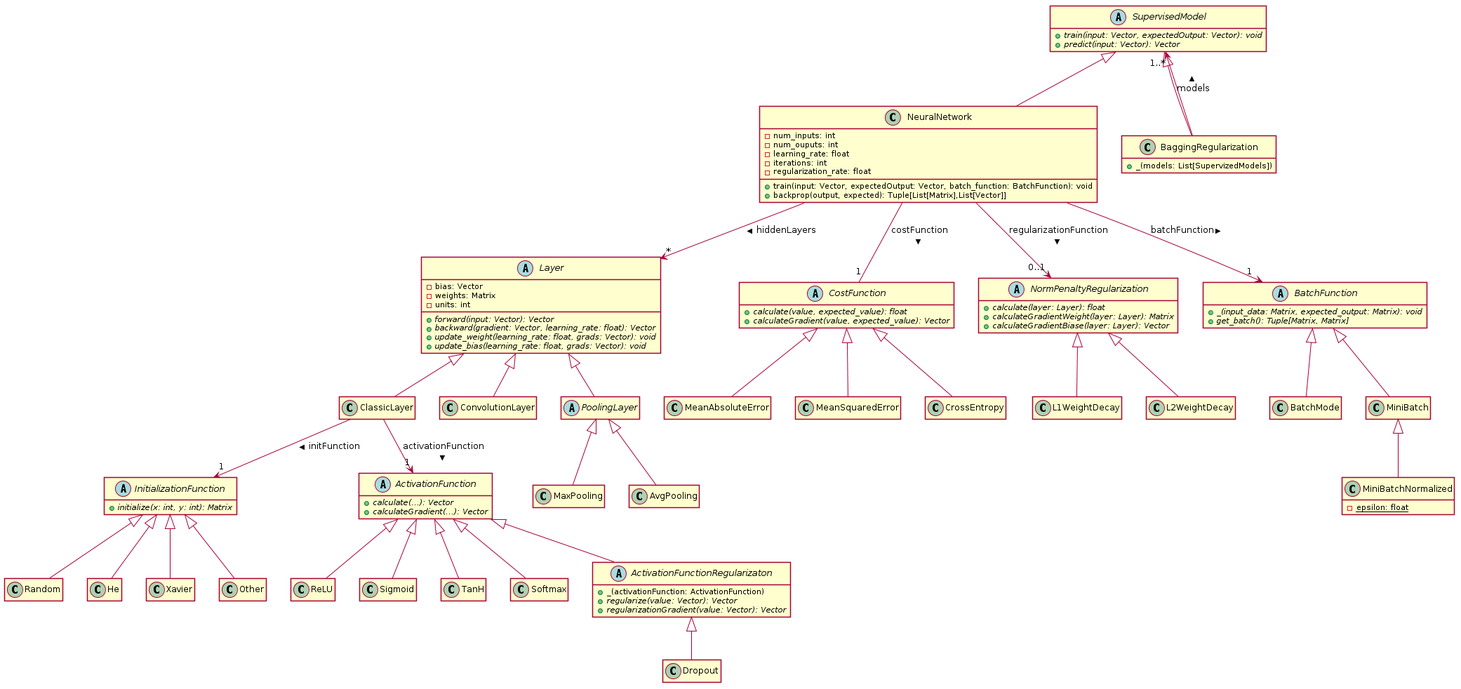
Earlier version of the PlantUML export model-diagram/model-diagram.png (DLOOF/Deep-Learning-Object-Oriented-Framework-Python).
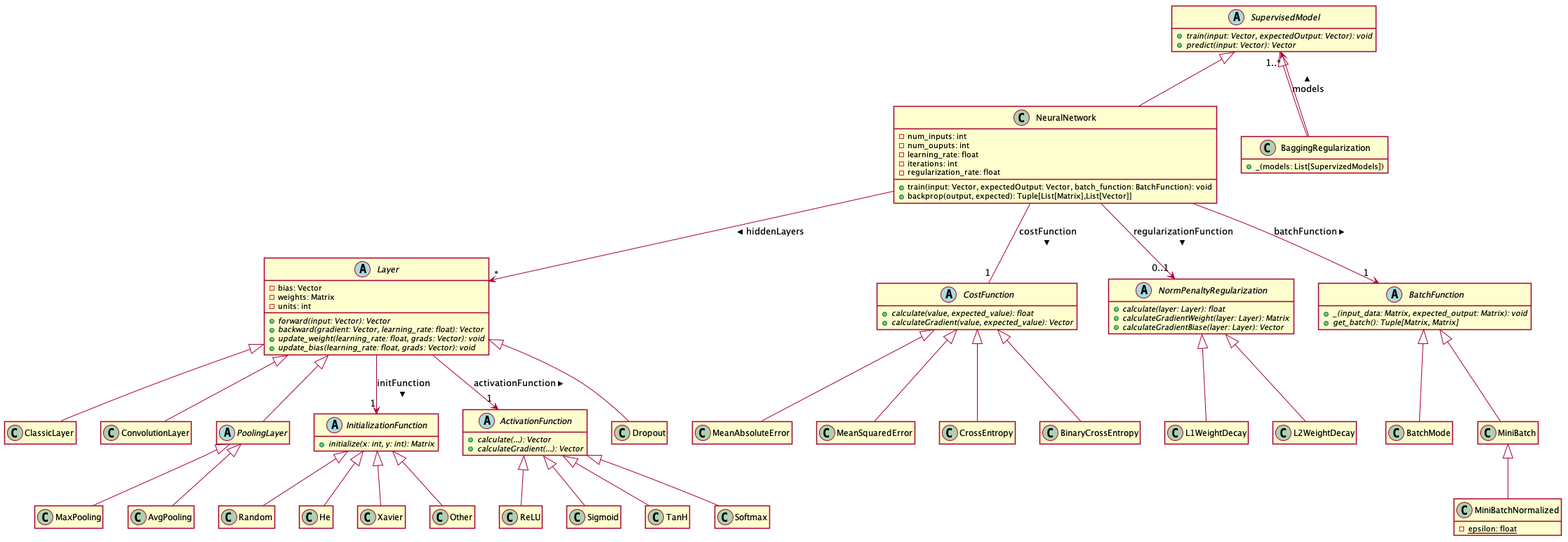
Above is the later version.

What changed in the source:
```diff
@@ -2,6 +2,70 @@
 !pragma teoz true
 skinparam shadowing false
 hide empty members
+
+
+SupervisedModel <|-- NeuralNetwork
+
+
+Layer <|-- ClassicLayer
+Layer <|-- ConvolutionLayer
+Layer <|-- PoolingLayer
+
+PoolingLayer <|-- MaxPooling
+PoolingLayer <|-- AvgPooling
+
+
+
+Layer --> "1" InitializationFunction: initFunction >
+
+
+
+InitializationFunction <|-- Random
+InitializationFunction <|-- He
+InitializationFunction <|-- Xavier
+InitializationFunction <|-- Other
+
+
+
+NeuralNetwork -- "1" CostFunction : costFunction >
+NeuralNetwork --> "*" Layer : hiddenLayers >
+
+Layer --> "1" ActivationFunction : activationFunction >
+
+
+CostFunction <|-- MeanAbsoluteError
+CostFunction <|-- MeanSquaredError
+CostFunction <|-- CrossEntropy
+CostFunction <|-- BinaryCrossEntropy
+
+ActivationFunction <|-- ReLU
+ActivationFunction <|-- Sigmoid
+ActivationFunction <|-- TanH
+ActivationFunction <|-- Softmax
+
+
+Layer <|-- Dropout
+
+SupervisedModel <|-- BaggingRegularization
+BaggingRegularization --> "1..*" SupervisedModel : models >
+
+
+
+NeuralNetwork --> "0..1" NormPenaltyRegularization: regularizationFunction >
+
+
+
+NormPenaltyRegularization <|-- L1WeightDecay
+NormPenaltyRegularization <|-- L2WeightDecay
+
+
+
+NeuralNetwork --> "1" BatchFunction: batchFunction >
+
+BatchFunction <|-- BatchMode
+BatchFunction <|-- MiniBatch
+MiniBatch <|-- MiniBatchNormalized
+
 
 abstract class SupervisedModel {
       {abstract} + train(input: Vector, expectedOutput: Vector): void
@@ -19,7 +83,15 @@
       + backprop(output, expected): Tuple[List[Matrix],List[Vector]]
 }
 
-SupervisedModel <|-- NeuralNetwork
+abstract class CostFunction {
+      {abstract} + calculate(value, expected_value): float
+      {abstract} + calculateGradient(value, expected_value): Vector
+}
+
+class MeanAbsoluteError
+class MeanSquaredError
+class CrossEntropy
+class BinaryCrossEntropy
 
 abstract class Layer {
       - bias: Vector
@@ -34,77 +106,31 @@
 
 class ClassicLayer
 class ConvolutionLayer
+class Dropout
+
 abstract class PoolingLayer
-
-Layer <|-- ClassicLayer
-Layer <|-- ConvolutionLayer
-Layer <|-- PoolingLayer
-
 class MaxPooling
 class AvgPooling
 
-PoolingLayer <|-- MaxPooling
-PoolingLayer <|-- AvgPooling
+
+abstract class ActivationFunction {
+      {abstract} + calculate(...): Vector
+      {abstract} + calculateGradient(...): Vector
+}
 
 abstract class InitializationFunction {
 	 {abstract} + initialize(x: int, y: int): Matrix
 }
-
-ClassicLayer --> "1" InitializationFunction: initFunction >
 
 class Random
 class He
 class Xavier
 class Other
 
-InitializationFunction <|-- Random
-InitializationFunction <|-- He
-InitializationFunction <|-- Xavier
-InitializationFunction <|-- Other
-
-abstract class CostFunction {
-      {abstract} + calculate(value, expected_value): float
-      {abstract} + calculateGradient(value, expected_value): Vector
-}
-
-abstract class ActivationFunction {
-      {abstract} + calculate(...): Vector
-      {abstract} + calculateGradient(...): Vector
-}
-
-NeuralNetwork -- "1" CostFunction : costFunction >
-NeuralNetwork --> "*" Layer : hiddenLayers >
-
-ClassicLayer --> "1" ActivationFunction : activationFunction >
-
-
-CostFunction <|-- MeanAbsoluteError
-CostFunction <|-- MeanSquaredError
-CostFunction <|-- CrossEntropy
-
-ActivationFunction <|-- ReLU
-ActivationFunction <|-- Sigmoid
-ActivationFunction <|-- TanH
-ActivationFunction <|-- Softmax
-
-
-abstract class ActivationFunctionRegularizaton {
-	 + _(activationFunction: ActivationFunction)
-	 {abstract} + regularize(value: Vector): Vector
-	 {abstract} + regularizationGradient(value: Vector): Vector
-}
-
-class Dropout
-
-ActivationFunction <|-- ActivationFunctionRegularizaton
-ActivationFunctionRegularizaton <|-- Dropout
 
 class BaggingRegularization {
       + _(models: List[SupervizedModels])
 }
-
-SupervisedModel <|-- BaggingRegularization
-BaggingRegularization --> "1..*" SupervisedModel : models >
 
 abstract class NormPenaltyRegularization {
 	 {abstract} + calculate(layer: Layer): float
@@ -112,13 +138,8 @@
 	 {abstract} + calculateGradientBiase(layer: Layer): Vector
 }
 
-NeuralNetwork --> "0..1" NormPenaltyRegularization: regularizationFunction >
-
 class L1WeightDecay
 class L2WeightDecay
-
-NormPenaltyRegularization <|-- L1WeightDecay
-NormPenaltyRegularization <|-- L2WeightDecay
 
 abstract class BatchFunction {
 	 {abstract} + _(input_data: Matrix, expected_output: Matrix): void
@@ -126,17 +147,10 @@
 }
 
 class BatchMode
-
 class MiniBatch
 
 class MiniBatchNormalized {
       {static} - epsilon: float
 }
 
-NeuralNetwork --> "1" BatchFunction: batchFunction >
-
-BatchFunction <|-- BatchMode
-BatchFunction <|-- MiniBatch
-MiniBatch <|-- MiniBatchNormalized
-
 @enduml
```
